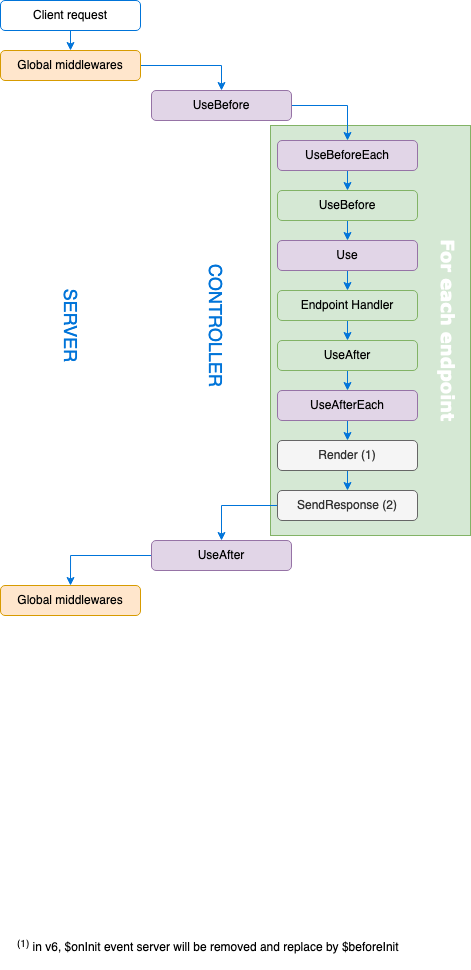
The draw.io diagram docs/assets/middleware-in-sequence.png in tsedio/tsed, before a commit. Source tidied: cells renumbered, new cells last; positions are measured from the earlier drawing's top-left corner, leaving out a move shared by most shapes. Source of this version:
```xml
<mxGraphModel>
  <root>
    <mxCell id="0" />
    <mxCell id="1" parent="0" />
    <mxCell id="2" style="rounded=0;whiteSpace=wrap;html=1;fillColor=#d5e8d4;strokeColor=#82b366;" parent="1" vertex="1">
      <mxGeometry x="270" y="125" width="200" height="410" as="geometry" />
    </mxCell>
    <mxCell id="3" style="edgeStyle=orthogonalEdgeStyle;rounded=0;jettySize=auto;html=1;exitX=0.5;exitY=1;exitDx=0;exitDy=0;entryX=0.5;entryY=0;entryDx=0;entryDy=0;strokeColor=#0074d9;" parent="1" edge="1" source="4" target="9">
      <mxGeometry relative="1" as="geometry" />
    </mxCell>
    <mxCell id="4" value="Client request" style="rounded=1;whiteSpace=wrap;html=1;strokeColor=#0074d9;fontFamily=Helvetica;" parent="1" vertex="1">
      <mxGeometry width="140" height="30" as="geometry" />
    </mxCell>
    <mxCell id="5" style="edgeStyle=orthogonalEdgeStyle;rounded=0;jettySize=auto;html=1;exitX=1;exitY=0.5;exitDx=0;exitDy=0;entryX=0.5;entryY=0;entryDx=0;entryDy=0;strokeColor=#0074D9;" parent="1" edge="1" source="6" target="11">
      <mxGeometry relative="1" as="geometry" />
    </mxCell>
    <mxCell id="6" value="UseBefore" style="rounded=1;whiteSpace=wrap;html=1;strokeColor=#9673a6;fillColor=#e1d5e7;fontFamily=Helvetica;" parent="1" vertex="1">
      <mxGeometry x="151" y="90" width="140" height="30" as="geometry" />
    </mxCell>
    <mxCell id="7" value="&lt;div&gt;&lt;sup&gt;(1)&lt;/sup&gt; in v6, $onInit event server will be removed and replace by $beforeInit&lt;br&gt;&lt;/div&gt;&lt;div&gt;&lt;br&gt;&lt;/div&gt;" style="text;html=1;align=left;verticalAlign=top;spacingTop=-4;" parent="1" vertex="1">
      <mxGeometry x="15" y="935" width="400" height="30" as="geometry" />
    </mxCell>
    <mxCell id="8" style="edgeStyle=orthogonalEdgeStyle;rounded=0;jettySize=auto;html=1;exitX=1;exitY=0.5;exitDx=0;exitDy=0;entryX=0.5;entryY=0;entryDx=0;entryDy=0;strokeColor=#0074D9;" parent="1" edge="1" source="9" target="6">
      <mxGeometry relative="1" as="geometry" />
    </mxCell>
    <mxCell id="9" value="Global middlewares" style="rounded=1;whiteSpace=wrap;html=1;strokeColor=#d79b00;fillColor=#ffe6cc;fontFamily=Helvetica;" parent="1" vertex="1">
      <mxGeometry y="50" width="140" height="30" as="geometry" />
    </mxCell>
    <mxCell id="10" style="edgeStyle=orthogonalEdgeStyle;rounded=0;jettySize=auto;html=1;exitX=0.5;exitY=1;exitDx=0;exitDy=0;entryX=0.5;entryY=0;entryDx=0;entryDy=0;strokeColor=#0074D9;" parent="1" edge="1" source="11" target="13">
      <mxGeometry relative="1" as="geometry" />
    </mxCell>
    <mxCell id="11" value="UseBeforeEach" style="rounded=1;whiteSpace=wrap;html=1;strokeColor=#9673a6;fillColor=#e1d5e7;fontFamily=Helvetica;" parent="1" vertex="1">
      <mxGeometry x="277" y="140" width="140" height="30" as="geometry" />
    </mxCell>
    <mxCell id="12" style="edgeStyle=orthogonalEdgeStyle;rounded=0;jettySize=auto;html=1;exitX=0.5;exitY=1;exitDx=0;exitDy=0;entryX=0.5;entryY=0;entryDx=0;entryDy=0;strokeColor=#0074D9;" parent="1" edge="1" source="13" target="15">
      <mxGeometry relative="1" as="geometry" />
    </mxCell>
    <mxCell id="13" value="UseBefore" style="rounded=1;whiteSpace=wrap;html=1;strokeColor=#82b366;fillColor=#d5e8d4;fontFamily=Helvetica;" parent="1" vertex="1">
      <mxGeometry x="277" y="190" width="140" height="30" as="geometry" />
    </mxCell>
    <mxCell id="14" style="edgeStyle=orthogonalEdgeStyle;rounded=0;jettySize=auto;html=1;exitX=0.5;exitY=1;exitDx=0;exitDy=0;entryX=0.5;entryY=0;entryDx=0;entryDy=0;strokeColor=#0074D9;" parent="1" edge="1" source="15" target="17">
      <mxGeometry relative="1" as="geometry" />
    </mxCell>
    <mxCell id="15" value="Use" style="rounded=1;whiteSpace=wrap;html=1;strokeColor=#9673a6;fillColor=#e1d5e7;fontFamily=Helvetica;" parent="1" vertex="1">
      <mxGeometry x="277" y="240" width="140" height="30" as="geometry" />
    </mxCell>
    <mxCell id="16" style="edgeStyle=orthogonalEdgeStyle;rounded=0;jettySize=auto;html=1;exitX=0.5;exitY=1;exitDx=0;exitDy=0;entryX=0.5;entryY=0;entryDx=0;entryDy=0;strokeColor=#0074D9;" parent="1" edge="1" source="17" target="19">
      <mxGeometry relative="1" as="geometry" />
    </mxCell>
    <mxCell id="17" value="Endpoint Handler" style="rounded=1;whiteSpace=wrap;html=1;strokeColor=#82b366;fillColor=#d5e8d4;fontFamily=Helvetica;" parent="1" vertex="1">
      <mxGeometry x="277" y="290" width="140" height="30" as="geometry" />
    </mxCell>
    <mxCell id="18" style="edgeStyle=orthogonalEdgeStyle;rounded=0;jettySize=auto;html=1;exitX=0.5;exitY=1;exitDx=0;exitDy=0;entryX=0.5;entryY=0;entryDx=0;entryDy=0;strokeColor=#0074D9;" parent="1" edge="1" source="19" target="21">
      <mxGeometry relative="1" as="geometry" />
    </mxCell>
    <mxCell id="19" value="UseAfter" style="rounded=1;whiteSpace=wrap;html=1;strokeColor=#82b366;fillColor=#d5e8d4;fontFamily=Helvetica;" parent="1" vertex="1">
      <mxGeometry x="277" y="340" width="140" height="30" as="geometry" />
    </mxCell>
    <mxCell id="20" style="edgeStyle=orthogonalEdgeStyle;rounded=0;jettySize=auto;html=1;exitX=0.5;exitY=1;exitDx=0;exitDy=0;entryX=0.5;entryY=0;entryDx=0;entryDy=0;strokeColor=#0074D9;" parent="1" edge="1" source="21" target="25">
      <mxGeometry relative="1" as="geometry" />
    </mxCell>
    <mxCell id="21" value="UseAfterEach" style="rounded=1;whiteSpace=wrap;html=1;strokeColor=#9673a6;fillColor=#e1d5e7;fontFamily=Helvetica;" parent="1" vertex="1">
      <mxGeometry x="277" y="390" width="140" height="30" as="geometry" />
    </mxCell>
    <mxCell id="22" style="edgeStyle=orthogonalEdgeStyle;rounded=0;jettySize=auto;html=1;exitX=0;exitY=0.5;exitDx=0;exitDy=0;entryX=0.5;entryY=0;entryDx=0;entryDy=0;strokeColor=#0074D9;" parent="1" edge="1" source="23" target="28">
      <mxGeometry relative="1" as="geometry" />
    </mxCell>
    <mxCell id="23" value="&lt;div&gt;UseAfter&lt;/div&gt;" style="rounded=1;whiteSpace=wrap;html=1;strokeColor=#9673a6;fillColor=#e1d5e7;fontFamily=Helvetica;" parent="1" vertex="1">
      <mxGeometry x="151" y="540" width="140" height="30" as="geometry" />
    </mxCell>
    <mxCell id="24" style="edgeStyle=orthogonalEdgeStyle;rounded=0;jettySize=auto;html=1;exitX=0.5;exitY=1;exitDx=0;exitDy=0;entryX=0.5;entryY=0;entryDx=0;entryDy=0;strokeColor=#0074D9;" parent="1" edge="1" source="25" target="27">
      <mxGeometry relative="1" as="geometry" />
    </mxCell>
    <mxCell id="25" value="Render (1)" style="rounded=1;whiteSpace=wrap;html=1;strokeColor=#666666;fontFamily=Helvetica;fillColor=#f5f5f5;fontColor=#333333;" parent="1" vertex="1">
      <mxGeometry x="277" y="440" width="140" height="30" as="geometry" />
    </mxCell>
    <mxCell id="26" style="edgeStyle=orthogonalEdgeStyle;rounded=0;jettySize=auto;html=1;exitX=0;exitY=0.5;exitDx=0;exitDy=0;entryX=0.5;entryY=0;entryDx=0;entryDy=0;strokeColor=#0074D9;" parent="1" edge="1" source="27" target="23">
      <mxGeometry relative="1" as="geometry" />
    </mxCell>
    <mxCell id="27" value="SendResponse (2)" style="rounded=1;whiteSpace=wrap;html=1;strokeColor=#666666;fontFamily=Helvetica;fillColor=#f5f5f5;fontColor=#333333;" parent="1" vertex="1">
      <mxGeometry x="277" y="490" width="140" height="30" as="geometry" />
    </mxCell>
    <mxCell id="28" value="Global middlewares" style="rounded=1;whiteSpace=wrap;html=1;strokeColor=#d79b00;fillColor=#ffe6cc;fontFamily=Helvetica;" parent="1" vertex="1">
      <mxGeometry y="585" width="140" height="30" as="geometry" />
    </mxCell>
    <mxCell id="29" value="&lt;font style=&quot;font-size: 18px&quot; color=&quot;#0074D9&quot;&gt;SERVER&lt;/font&gt;" style="text;html=1;align=center;verticalAlign=middle;rotation=90;" parent="1" vertex="1">
      <mxGeometry x="25" y="315" width="90" height="20" as="geometry" />
    </mxCell>
    <mxCell id="30" value="&lt;font style=&quot;font-size: 18px&quot; color=&quot;#0074D9&quot;&gt;CONTROLLER&lt;/font&gt;" style="text;html=1;align=center;verticalAlign=middle;rotation=90;" parent="1" vertex="1">
      <mxGeometry x="145" y="315" width="140" height="20" as="geometry" />
    </mxCell>
    <mxCell id="31" value="&lt;font style=&quot;font-size: 18px&quot; face=&quot;Verdana&quot; color=&quot;#FFFFFF&quot;&gt;&lt;b&gt;For each endpoint&lt;/b&gt;&lt;/font&gt;" style="text;html=1;align=center;verticalAlign=middle;rotation=90;" parent="1" vertex="1">
      <mxGeometry x="350" y="320" width="200" height="20" as="geometry" />
    </mxCell>
  </root>
</mxGraphModel>
```
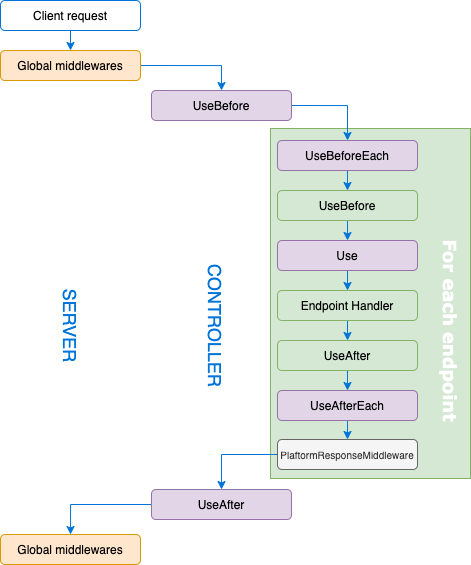
After the change.

Diff of the diagram source:
```diff
@@ -3,7 +3,7 @@
     <mxCell id="0" />
     <mxCell id="1" parent="0" />
     <mxCell id="2" style="rounded=0;whiteSpace=wrap;html=1;fillColor=#d5e8d4;strokeColor=#82b366;" parent="1" vertex="1">
-      <mxGeometry x="270" y="125" width="200" height="410" as="geometry" />
+      <mxGeometry x="270" y="128" width="200" height="350" as="geometry" />
     </mxCell>
     <mxCell id="3" style="edgeStyle=orthogonalEdgeStyle;rounded=0;jettySize=auto;html=1;exitX=0.5;exitY=1;exitDx=0;exitDy=0;entryX=0.5;entryY=0;entryDx=0;entryDy=0;strokeColor=#0074d9;" parent="1" edge="1" source="4" target="9">
       <mxGeometry relative="1" as="geometry" />
@@ -17,9 +17,6 @@
     <mxCell id="6" value="UseBefore" style="rounded=1;whiteSpace=wrap;html=1;strokeColor=#9673a6;fillColor=#e1d5e7;fontFamily=Helvetica;" parent="1" vertex="1">
       <mxGeometry x="151" y="90" width="140" height="30" as="geometry" />
     </mxCell>
-    <mxCell id="7" value="&lt;div&gt;&lt;sup&gt;(1)&lt;/sup&gt; in v6, $onInit event server will be removed and replace by $beforeInit&lt;br&gt;&lt;/div&gt;&lt;div&gt;&lt;br&gt;&lt;/div&gt;" style="text;html=1;align=left;verticalAlign=top;spacingTop=-4;" parent="1" vertex="1">
-      <mxGeometry x="15" y="935" width="400" height="30" as="geometry" />
-    </mxCell>
     <mxCell id="8" style="edgeStyle=orthogonalEdgeStyle;rounded=0;jettySize=auto;html=1;exitX=1;exitY=0.5;exitDx=0;exitDy=0;entryX=0.5;entryY=0;entryDx=0;entryDy=0;strokeColor=#0074D9;" parent="1" edge="1" source="9" target="6">
       <mxGeometry relative="1" as="geometry" />
     </mxCell>
@@ -56,7 +53,7 @@
     <mxCell id="19" value="UseAfter" style="rounded=1;whiteSpace=wrap;html=1;strokeColor=#82b366;fillColor=#d5e8d4;fontFamily=Helvetica;" parent="1" vertex="1">
       <mxGeometry x="277" y="340" width="140" height="30" as="geometry" />
     </mxCell>
-    <mxCell id="20" style="edgeStyle=orthogonalEdgeStyle;rounded=0;jettySize=auto;html=1;exitX=0.5;exitY=1;exitDx=0;exitDy=0;entryX=0.5;entryY=0;entryDx=0;entryDy=0;strokeColor=#0074D9;" parent="1" edge="1" source="21" target="25">
+    <mxCell id="20" style="edgeStyle=orthogonalEdgeStyle;rounded=0;jettySize=auto;html=1;exitX=0.5;exitY=1;exitDx=0;exitDy=0;entryX=0.5;entryY=0;entryDx=0;entryDy=0;strokeColor=#0074D9;" parent="1" edge="1" source="21" target="27">
       <mxGeometry relative="1" as="geometry" />
     </mxCell>
     <mxCell id="21" value="UseAfterEach" style="rounded=1;whiteSpace=wrap;html=1;strokeColor=#9673a6;fillColor=#e1d5e7;fontFamily=Helvetica;" parent="1" vertex="1">
@@ -66,22 +63,16 @@
       <mxGeometry relative="1" as="geometry" />
     </mxCell>
     <mxCell id="23" value="&lt;div&gt;UseAfter&lt;/div&gt;" style="rounded=1;whiteSpace=wrap;html=1;strokeColor=#9673a6;fillColor=#e1d5e7;fontFamily=Helvetica;" parent="1" vertex="1">
-      <mxGeometry x="151" y="540" width="140" height="30" as="geometry" />
+      <mxGeometry x="151" y="489" width="140" height="30" as="geometry" />
     </mxCell>
-    <mxCell id="24" style="edgeStyle=orthogonalEdgeStyle;rounded=0;jettySize=auto;html=1;exitX=0.5;exitY=1;exitDx=0;exitDy=0;entryX=0.5;entryY=0;entryDx=0;entryDy=0;strokeColor=#0074D9;" parent="1" edge="1" source="25" target="27">
-      <mxGeometry relative="1" as="geometry" />
-    </mxCell>
-    <mxCell id="25" value="Render (1)" style="rounded=1;whiteSpace=wrap;html=1;strokeColor=#666666;fontFamily=Helvetica;fillColor=#f5f5f5;fontColor=#333333;" parent="1" vertex="1">
-      <mxGeometry x="277" y="440" width="140" height="30" as="geometry" />
-    </mxCell>
     <mxCell id="26" style="edgeStyle=orthogonalEdgeStyle;rounded=0;jettySize=auto;html=1;exitX=0;exitY=0.5;exitDx=0;exitDy=0;entryX=0.5;entryY=0;entryDx=0;entryDy=0;strokeColor=#0074D9;" parent="1" edge="1" source="27" target="23">
       <mxGeometry relative="1" as="geometry" />
     </mxCell>
-    <mxCell id="27" value="SendResponse (2)" style="rounded=1;whiteSpace=wrap;html=1;strokeColor=#666666;fontFamily=Helvetica;fillColor=#f5f5f5;fontColor=#333333;" parent="1" vertex="1">
-      <mxGeometry x="277" y="490" width="140" height="30" as="geometry" />
+    <mxCell id="27" value="&lt;font style=&quot;font-size: 10px&quot;&gt;PlaftormResponseMiddleware&lt;/font&gt;" style="rounded=1;whiteSpace=wrap;html=1;strokeColor=#666666;fontFamily=Helvetica;fillColor=#f5f5f5;fontColor=#333333;" parent="1" vertex="1">
+      <mxGeometry x="277" y="439" width="140" height="30" as="geometry" />
     </mxCell>
     <mxCell id="28" value="Global middlewares" style="rounded=1;whiteSpace=wrap;html=1;strokeColor=#d79b00;fillColor=#ffe6cc;fontFamily=Helvetica;" parent="1" vertex="1">
-      <mxGeometry y="585" width="140" height="30" as="geometry" />
+      <mxGeometry y="534" width="140" height="30" as="geometry" />
     </mxCell>
     <mxCell id="29" value="&lt;font style=&quot;font-size: 18px&quot; color=&quot;#0074D9&quot;&gt;SERVER&lt;/font&gt;" style="text;html=1;align=center;verticalAlign=middle;rotation=90;" parent="1" vertex="1">
       <mxGeometry x="25" y="315" width="90" height="20" as="geometry" />
```
